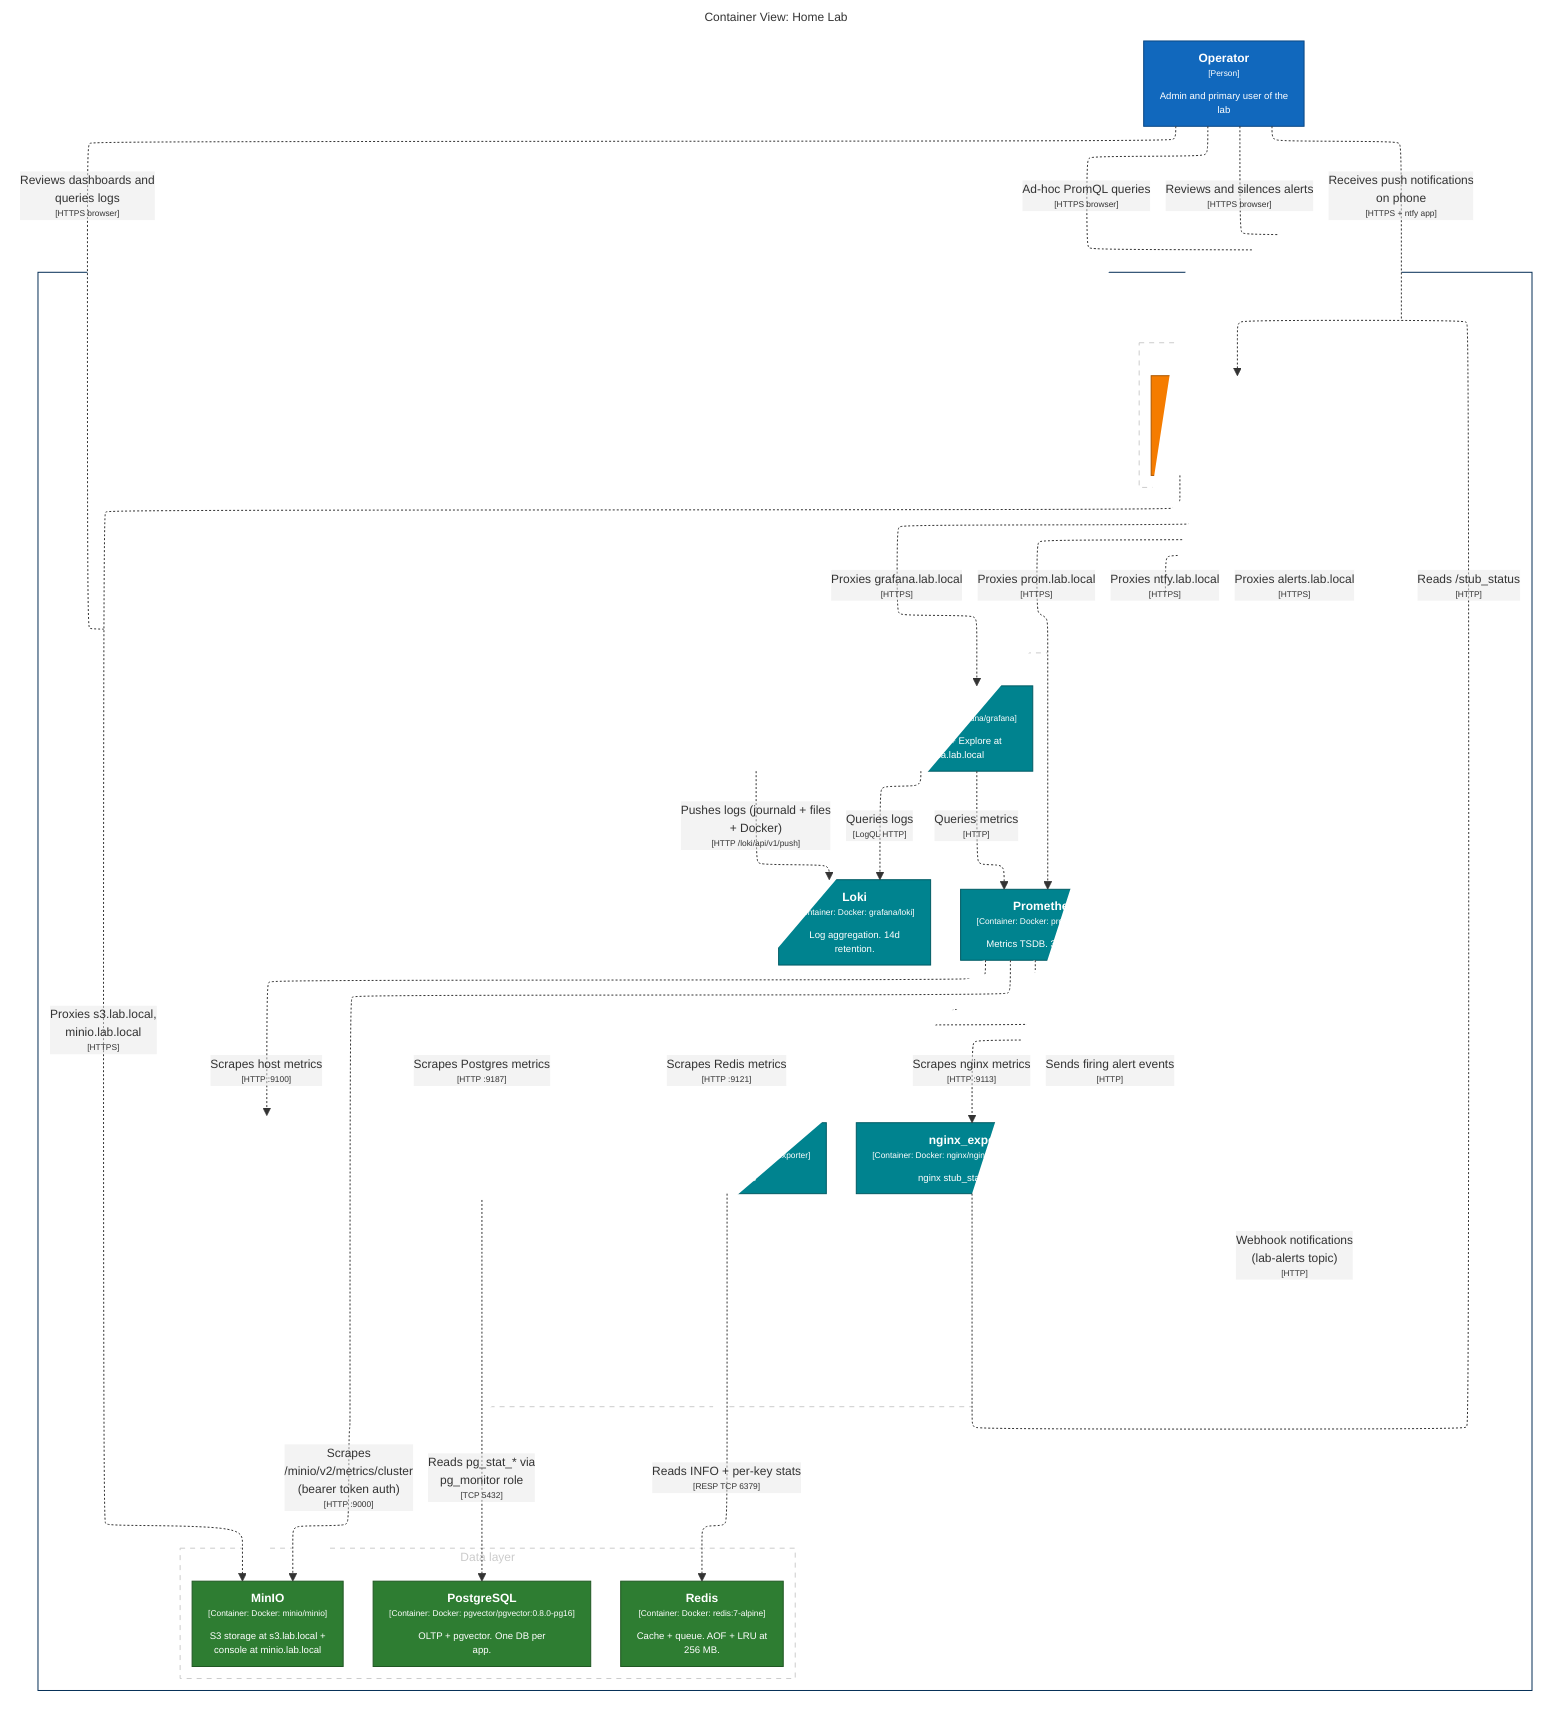
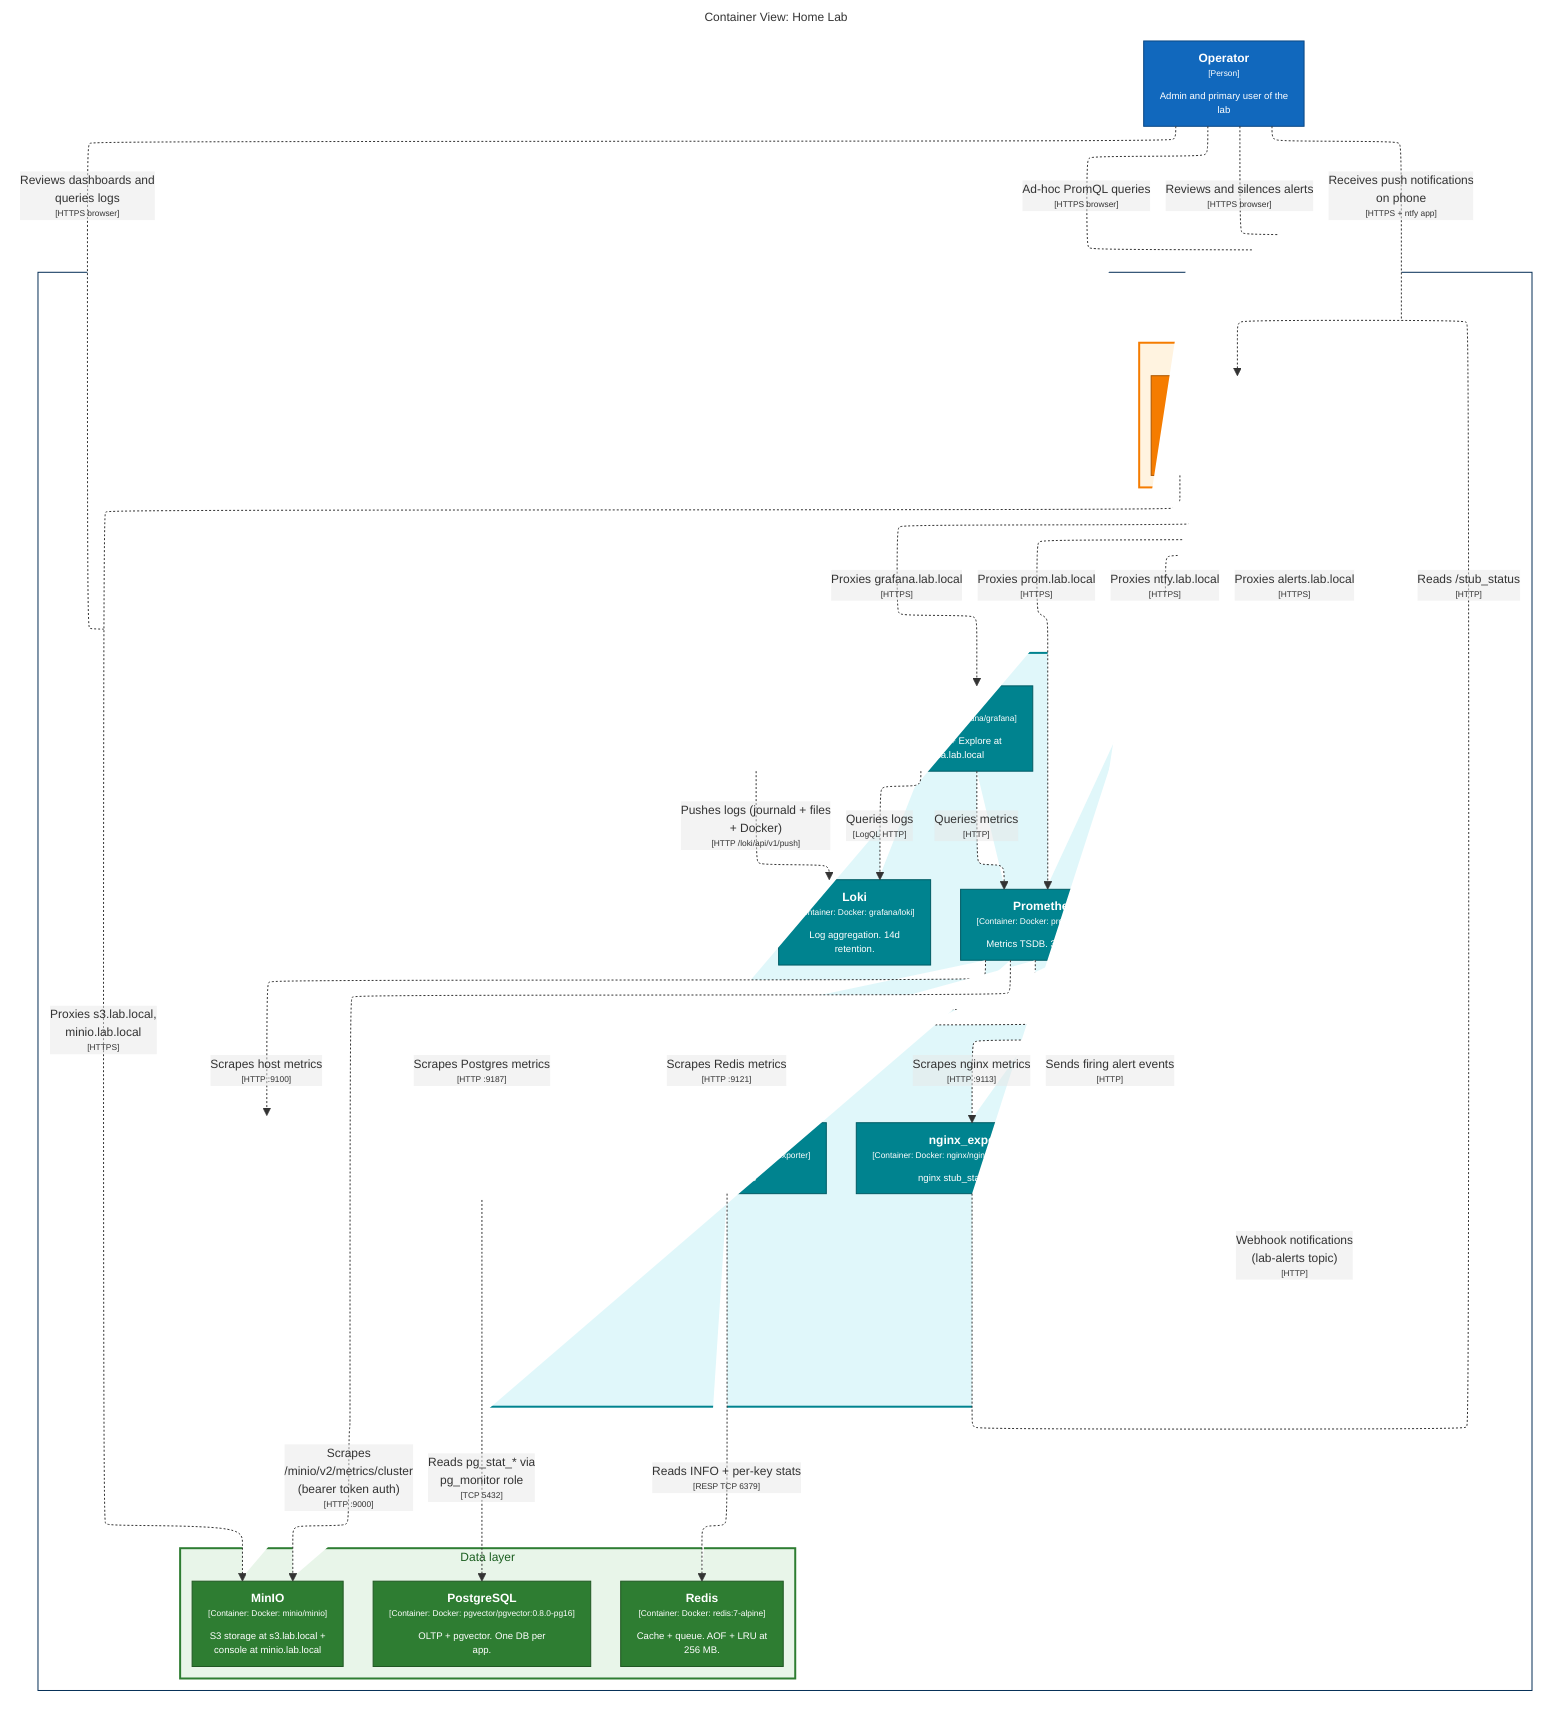
%%{init: {
  "theme": "default",
  "themeVariables": {"fontSize": "12px", "fontFamily": "arial"},
  "flowchart": {
    "defaultRenderer": "elk",
    "rankSpacing": 50,
    "nodeSpacing": 30,
    "padding": 8,
    "curve": "basis"
  }
}}%%
graph TB
  linkStyle default fill:#ffffff

  subgraph diagram ["Container View: Home Lab"]
    style diagram fill:#ffffff,stroke:#ffffff

    1["<div style='font-weight: bold'>Operator</div><div style='font-size: 70%; margin-top: 0px'>[Person]</div><div style='font-size: 80%; margin-top:10px'>Admin and primary user of the<br />lab</div>"]
    style 1 fill:#1168bd,stroke:#0b4884,color:#ffffff

    subgraph 5 ["Home Lab"]
      style 5 fill:#ffffff,stroke:#052e56,color:#052e56

      subgraph group1 ["Data layer"]
-         style group1 fill:#ffffff,stroke:#cccccc,color:#cccccc,stroke-dasharray:5
+         style group1 fill:#e8f5e9,stroke:#2e7d32,color:#1b5e20,stroke-width:2px

        18["<div style='font-weight: bold'>PostgreSQL</div><div style='font-size: 70%; margin-top: 0px'>[Container: Docker: pgvector/pgvector:0.8.0-pg16]</div><div style='font-size: 80%; margin-top:10px'>OLTP + pgvector. One DB per<br />app.</div>"]
        style 18 fill:#2e7d32,stroke:#205723,color:#ffffff
        19["<div style='font-weight: bold'>MinIO</div><div style='font-size: 70%; margin-top: 0px'>[Container: Docker: minio/minio]</div><div style='font-size: 80%; margin-top:10px'>S3 storage at s3.lab.local +<br />console at minio.lab.local</div>"]
        style 19 fill:#2e7d32,stroke:#205723,color:#ffffff
        20["<div style='font-weight: bold'>Redis</div><div style='font-size: 70%; margin-top: 0px'>[Container: Docker: redis:7-alpine]</div><div style='font-size: 80%; margin-top:10px'>Cache + queue. AOF + LRU at<br />256 MB.</div>"]
        style 20 fill:#2e7d32,stroke:#205723,color:#ffffff
      end

      subgraph group2 ["Edge and Access layer"]
-         style group2 fill:#ffffff,stroke:#cccccc,color:#cccccc,stroke-dasharray:5
+         style group2 fill:#fff3e0,stroke:#f57c00,color:#bf360c,stroke-width:2px

        8["<div style='font-weight: bold'>nginx</div><div style='font-size: 70%; margin-top: 0px'>[Container: Docker: nginx:1.27-alpine]</div><div style='font-size: 80%; margin-top:10px'>Reverse proxy. Routes<br />*.lab.local by Host header.<br />Wildcard TLS.</div>"]
        style 8 fill:#f57c00,stroke:#ab5600,color:#ffffff
      end

      subgraph group3 ["Observability layer (cross-cutting)"]
-         style group3 fill:#ffffff,stroke:#cccccc,color:#cccccc,stroke-dasharray:5
+         style group3 fill:#e0f7fa,stroke:#00838f,color:#006064,stroke-width:2px

        24["<div style='font-weight: bold'>Prometheus</div><div style='font-size: 70%; margin-top: 0px'>[Container: Docker: prom/prometheus]</div><div style='font-size: 80%; margin-top:10px'>Metrics TSDB. 30d retention.</div>"]
        style 24 fill:#00838f,stroke:#005b64,color:#ffffff
        25["<div style='font-weight: bold'>Grafana</div><div style='font-size: 70%; margin-top: 0px'>[Container: Docker: grafana/grafana]</div><div style='font-size: 80%; margin-top:10px'>Dashboards + Explore at<br />grafana.lab.local</div>"]
        style 25 fill:#00838f,stroke:#005b64,color:#ffffff
        26["<div style='font-weight: bold'>Loki</div><div style='font-size: 70%; margin-top: 0px'>[Container: Docker: grafana/loki]</div><div style='font-size: 80%; margin-top:10px'>Log aggregation. 14d<br />retention.</div>"]
        style 26 fill:#00838f,stroke:#005b64,color:#ffffff
        27["<div style='font-weight: bold'>Alertmanager</div><div style='font-size: 70%; margin-top: 0px'>[Container: Docker: prom/alertmanager]</div><div style='font-size: 80%; margin-top:10px'>Routes alerts to ntfy by<br />severity</div>"]
        style 27 fill:#00838f,stroke:#005b64,color:#ffffff
        28["<div style='font-weight: bold'>ntfy</div><div style='font-size: 70%; margin-top: 0px'>[Container: Docker: binwiederhier/ntfy]</div><div style='font-size: 80%; margin-top:10px'>Push notifications at<br />ntfy.lab.local</div>"]
        style 28 fill:#00838f,stroke:#005b64,color:#ffffff
        29("<div style='font-weight: bold'>node_exporter</div><div style='font-size: 70%; margin-top: 0px'>[Container: Go binary · systemd]</div><div style='font-size: 80%; margin-top:10px'>Host metrics (every VM)</div>")
        style 29 fill:#00838f,stroke:#005b64,color:#ffffff
        30("<div style='font-weight: bold'>Promtail</div><div style='font-size: 70%; margin-top: 0px'>[Container: Go binary · systemd]</div><div style='font-size: 80%; margin-top:10px'>Log shipper (every VM)</div>")
        style 30 fill:#00838f,stroke:#005b64,color:#ffffff
        31["<div style='font-weight: bold'>postgres_exporter</div><div style='font-size: 70%; margin-top: 0px'>[Container: Docker: prometheuscommunity/postgres-exporter]</div><div style='font-size: 80%; margin-top:10px'>Postgres metrics</div>"]
        style 31 fill:#00838f,stroke:#005b64,color:#ffffff
        32["<div style='font-weight: bold'>redis_exporter</div><div style='font-size: 70%; margin-top: 0px'>[Container: Docker: oliver006/redis_exporter]</div><div style='font-size: 80%; margin-top:10px'>Redis metrics</div>"]
        style 32 fill:#00838f,stroke:#005b64,color:#ffffff
        33["<div style='font-weight: bold'>nginx_exporter</div><div style='font-size: 70%; margin-top: 0px'>[Container: Docker: nginx/nginx-prometheus-exporter]</div><div style='font-size: 80%; margin-top:10px'>nginx stub_status metrics</div>"]
        style 33 fill:#00838f,stroke:#005b64,color:#ffffff
      end

    end

    1-. "<div>Reviews dashboards and<br />queries logs</div><div style='font-size: 70%'>[HTTPS browser]</div>" .->25
    1-. "<div>Ad-hoc PromQL queries</div><div style='font-size: 70%'>[HTTPS browser]</div>" .->24
    1-. "<div>Reviews and silences alerts</div><div style='font-size: 70%'>[HTTPS browser]</div>" .->27
    1-. "<div>Receives push notifications<br />on phone</div><div style='font-size: 70%'>[HTTPS + ntfy app]</div>" .->28
    8-. "<div>Proxies s3.lab.local,<br />minio.lab.local</div><div style='font-size: 70%'>[HTTPS]</div>" .->19
    8-. "<div>Proxies grafana.lab.local</div><div style='font-size: 70%'>[HTTPS]</div>" .->25
    8-. "<div>Proxies prom.lab.local</div><div style='font-size: 70%'>[HTTPS]</div>" .->24
    8-. "<div>Proxies alerts.lab.local</div><div style='font-size: 70%'>[HTTPS]</div>" .->27
    8-. "<div>Proxies ntfy.lab.local</div><div style='font-size: 70%'>[HTTPS]</div>" .->28
    24-. "<div>Scrapes host metrics</div><div style='font-size: 70%'>[HTTP :9100]</div>" .->29
    24-. "<div>Scrapes Postgres metrics</div><div style='font-size: 70%'>[HTTP :9187]</div>" .->31
    24-. "<div>Scrapes Redis metrics</div><div style='font-size: 70%'>[HTTP :9121]</div>" .->32
    24-. "<div>Scrapes nginx metrics</div><div style='font-size: 70%'>[HTTP :9113]</div>" .->33
    24-. "<div>Scrapes<br />/minio/v2/metrics/cluster<br />(bearer token auth)</div><div style='font-size: 70%'>[HTTP :9000]</div>" .->19
    24-. "<div>Sends firing alert events</div><div style='font-size: 70%'>[HTTP]</div>" .->27
    27-. "<div>Webhook notifications<br />(lab-alerts topic)</div><div style='font-size: 70%'>[HTTP]</div>" .->28
    30-. "<div>Pushes logs (journald + files<br />+ Docker)</div><div style='font-size: 70%'>[HTTP /loki/api/v1/push]</div>" .->26
    25-. "<div>Queries metrics</div><div style='font-size: 70%'>[HTTP]</div>" .->24
    25-. "<div>Queries logs</div><div style='font-size: 70%'>[LogQL HTTP]</div>" .->26
    31-. "<div>Reads pg_stat_* via<br />pg_monitor role</div><div style='font-size: 70%'>[TCP 5432]</div>" .->18
    32-. "<div>Reads INFO + per-key stats</div><div style='font-size: 70%'>[RESP TCP 6379]</div>" .->20
    33-. "<div>Reads /stub_status</div><div style='font-size: 70%'>[HTTP]</div>" .->8

  end